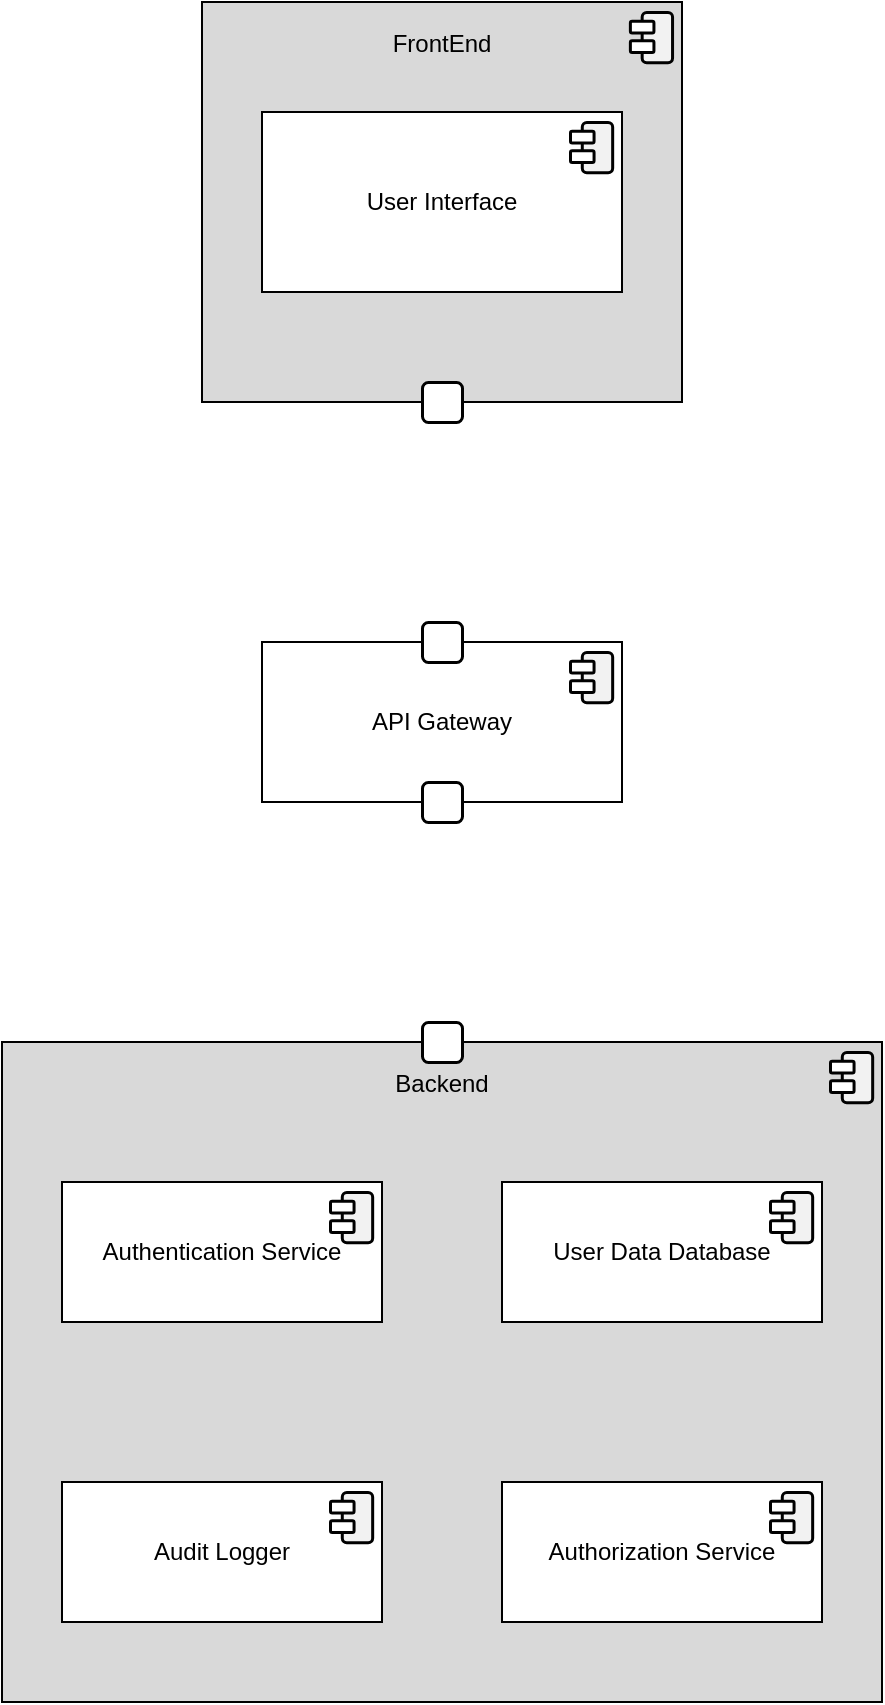
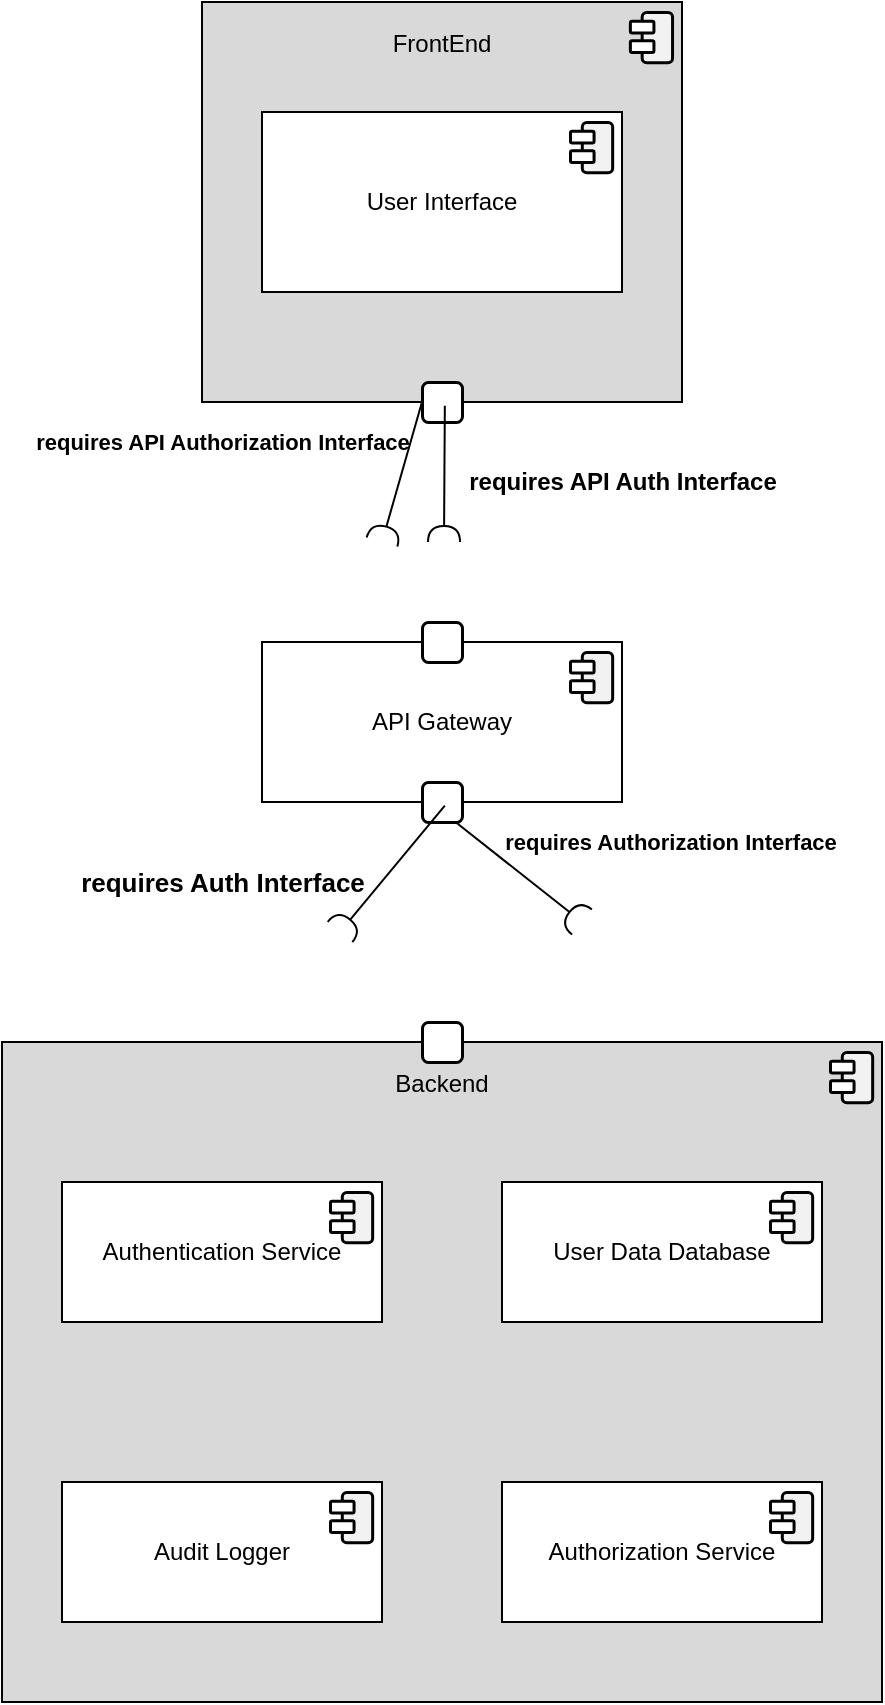
<mxfile host="app.diagrams.net">
  <diagram name="Page-1" id="phbDzcPIRWFyEIRLfKNQ">
-     <mxGraphModel dx="849" dy="913" grid="1" gridSize="10" guides="1" tooltips="1" connect="1" arrows="1" fold="1" page="1" pageScale="1" pageWidth="850" pageHeight="1100" math="0" shadow="0">
+     <mxGraphModel dx="2020" dy="1061" grid="1" gridSize="10" guides="1" tooltips="1" connect="1" arrows="1" fold="1" page="0" pageScale="1" pageWidth="850" pageHeight="1100" math="0" shadow="0">
      <root>
        <mxCell id="0" />
        <mxCell id="1" parent="0" />
        <mxCell id="n--Y3mDC4JvWWFTNY3TY-1" parent="1" style="html=1;dropTarget=0;whiteSpace=wrap;align=center;fillColor=#D9D9D9;" value="FrontEnd&lt;div&gt;&lt;br&gt;&lt;/div&gt;&lt;div&gt;&lt;br&gt;&lt;/div&gt;&lt;div&gt;&lt;br&gt;&lt;/div&gt;&lt;div&gt;&lt;br&gt;&lt;/div&gt;&lt;div&gt;&lt;br&gt;&lt;/div&gt;&lt;div&gt;&lt;br&gt;&lt;/div&gt;&lt;div&gt;&lt;br&gt;&lt;/div&gt;&lt;div&gt;&lt;br&gt;&lt;/div&gt;&lt;div&gt;&lt;br&gt;&lt;/div&gt;&lt;div&gt;&lt;br&gt;&lt;/div&gt;&lt;div&gt;&lt;br&gt;&lt;/div&gt;" vertex="1">
          <mxGeometry height="200" width="240" x="300" y="40" as="geometry" />
        </mxCell>
        <mxCell id="n--Y3mDC4JvWWFTNY3TY-3" parent="1" style="html=1;dropTarget=0;whiteSpace=wrap;" value="User Interface" vertex="1">
          <mxGeometry height="90" width="180" x="330" y="95" as="geometry" />
        </mxCell>
        <mxCell id="n--Y3mDC4JvWWFTNY3TY-5" parent="1" style="html=1;dropTarget=0;whiteSpace=wrap;" value="API Gateway" vertex="1">
          <mxGeometry height="80" width="180" x="330" y="360" as="geometry" />
        </mxCell>
        <mxCell id="n--Y3mDC4JvWWFTNY3TY-8" parent="1" style="html=1;dropTarget=0;whiteSpace=wrap;fillColor=#D9D9D9;" value="Backend&lt;div&gt;&lt;br&gt;&lt;/div&gt;&lt;div&gt;&lt;br&gt;&lt;/div&gt;&lt;div&gt;&lt;br&gt;&lt;/div&gt;&lt;div&gt;&lt;br&gt;&lt;/div&gt;&lt;div&gt;&lt;br&gt;&lt;/div&gt;&lt;div&gt;&lt;br&gt;&lt;/div&gt;&lt;div&gt;&lt;br&gt;&lt;/div&gt;&lt;div&gt;&lt;br&gt;&lt;/div&gt;&lt;div&gt;&lt;br&gt;&lt;/div&gt;&lt;div&gt;&lt;br&gt;&lt;/div&gt;&lt;div&gt;&lt;br&gt;&lt;/div&gt;&lt;div&gt;&lt;br&gt;&lt;/div&gt;&lt;div&gt;&lt;br&gt;&lt;/div&gt;&lt;div&gt;&lt;br&gt;&lt;/div&gt;&lt;div&gt;&lt;br&gt;&lt;/div&gt;&lt;div&gt;&lt;br&gt;&lt;/div&gt;&lt;div&gt;&lt;br&gt;&lt;/div&gt;&lt;div&gt;&lt;br&gt;&lt;/div&gt;&lt;div&gt;&lt;br&gt;&lt;/div&gt;&lt;div&gt;&lt;br&gt;&lt;/div&gt;" vertex="1">
          <mxGeometry height="330" width="440" x="200" y="560" as="geometry" />
        </mxCell>
        <mxCell id="n--Y3mDC4JvWWFTNY3TY-10" parent="1" style="html=1;dropTarget=0;whiteSpace=wrap;" value="User Data Database" vertex="1">
          <mxGeometry height="70" width="160" x="450" y="630" as="geometry" />
        </mxCell>
        <mxCell id="n--Y3mDC4JvWWFTNY3TY-14" parent="1" style="html=1;dropTarget=0;whiteSpace=wrap;" value="Authentication Service" vertex="1">
          <mxGeometry height="70" width="160" x="230" y="630" as="geometry" />
        </mxCell>
        <mxCell id="n--Y3mDC4JvWWFTNY3TY-16" parent="1" style="html=1;dropTarget=0;whiteSpace=wrap;" value="Authorization Service" vertex="1">
          <mxGeometry height="70" width="160" x="450" y="780" as="geometry" />
        </mxCell>
        <mxCell id="n--Y3mDC4JvWWFTNY3TY-22" parent="1" style="html=1;dropTarget=0;whiteSpace=wrap;" value="Audit Logger" vertex="1">
          <mxGeometry height="70" width="160" x="230" y="780" as="geometry" />
        </mxCell>
        <mxCell id="1ARV2l2Duy1HlI0RssmZ-2" parent="1" style="whiteSpace=wrap;html=1;aspect=fixed;strokeWidth=1.5;fillColor=light-dark(#FFFFFF, #ffffff);rounded=1;fillStyle=solid;" value="" vertex="1">
          <mxGeometry height="20" width="20" x="410" y="230" as="geometry" />
        </mxCell>
        <mxCell id="1ARV2l2Duy1HlI0RssmZ-4" parent="1" style="whiteSpace=wrap;html=1;aspect=fixed;strokeWidth=1.5;fillColor=light-dark(#FFFFFF, #ffffff);rounded=1;fillStyle=solid;" value="" vertex="1">
          <mxGeometry height="20" width="20" x="410" y="550" as="geometry" />
        </mxCell>
        <mxCell id="1ARV2l2Duy1HlI0RssmZ-5" parent="1" style="whiteSpace=wrap;html=1;aspect=fixed;strokeWidth=1.5;fillColor=light-dark(#FFFFFF, #ffffff);rounded=1;fillStyle=solid;" value="" vertex="1">
          <mxGeometry height="20" width="20" x="410" y="430" as="geometry" />
        </mxCell>
        <mxCell id="1ARV2l2Duy1HlI0RssmZ-6" parent="1" style="whiteSpace=wrap;html=1;aspect=fixed;strokeWidth=1.5;fillColor=light-dark(#FFFFFF, #ffffff);rounded=1;fillStyle=solid;" value="" vertex="1">
          <mxGeometry height="20" width="20" x="410" y="350" as="geometry" />
        </mxCell>
        <mxCell id="1ARV2l2Duy1HlI0RssmZ-9" connectable="0" parent="1" style="group;rounded=1;" value="" vertex="1">
          <mxGeometry height="24" width="26.06" x="484" y="100" as="geometry" />
        </mxCell>
        <mxCell id="1ARV2l2Duy1HlI0RssmZ-10" parent="1ARV2l2Duy1HlI0RssmZ-9" style="rounded=1;whiteSpace=wrap;html=1;rotation=-90;strokeWidth=1.5;fillStyle=solid;fillColor=light-dark(#F2F2F2,#FFFFFF);" value="" vertex="1">
          <mxGeometry height="15.18920245398773" width="25.141274576271183" x="0.9187254237288134" y="4.976687116564417" as="geometry" />
        </mxCell>
        <mxCell id="1ARV2l2Duy1HlI0RssmZ-11" parent="1ARV2l2Duy1HlI0RssmZ-9" style="rounded=1;whiteSpace=wrap;html=1;strokeWidth=1.5;fillStyle=solid;fillColor=#FFFFFF;" value="" vertex="1">
          <mxGeometry height="5.88957055214724" width="11.778531073446326" y="4.414233128834359" as="geometry" />
        </mxCell>
        <mxCell id="1ARV2l2Duy1HlI0RssmZ-12" parent="1ARV2l2Duy1HlI0RssmZ-9" style="rounded=1;whiteSpace=wrap;html=1;strokeWidth=1.5;fillStyle=solid;fillColor=#FFFFFF;" value="" vertex="1">
          <mxGeometry height="5.88957055214724" width="11.778531073446326" y="14.132024539877305" as="geometry" />
        </mxCell>
        <mxCell id="1ARV2l2Duy1HlI0RssmZ-14" connectable="0" parent="1" style="group;rounded=1;" value="" vertex="1">
          <mxGeometry height="24" width="26.06" x="513.94" y="45" as="geometry" />
        </mxCell>
        <mxCell id="1ARV2l2Duy1HlI0RssmZ-15" parent="1ARV2l2Duy1HlI0RssmZ-14" style="rounded=1;whiteSpace=wrap;html=1;rotation=-90;strokeWidth=1.5;fillStyle=solid;fillColor=light-dark(#F2F2F2,#FFFFFF);" value="" vertex="1">
          <mxGeometry height="15.18920245398773" width="25.141274576271183" x="0.9187254237288134" y="4.976687116564417" as="geometry" />
        </mxCell>
        <mxCell id="1ARV2l2Duy1HlI0RssmZ-16" parent="1ARV2l2Duy1HlI0RssmZ-14" style="rounded=1;whiteSpace=wrap;html=1;strokeWidth=1.5;fillStyle=solid;fillColor=#FFFFFF;" value="" vertex="1">
          <mxGeometry height="5.88957055214724" width="11.778531073446326" y="4.414233128834359" as="geometry" />
        </mxCell>
        <mxCell id="1ARV2l2Duy1HlI0RssmZ-17" parent="1ARV2l2Duy1HlI0RssmZ-14" style="rounded=1;whiteSpace=wrap;html=1;strokeWidth=1.5;fillStyle=solid;fillColor=#FFFFFF;" value="" vertex="1">
          <mxGeometry height="5.88957055214724" width="11.778531073446326" y="14.132024539877305" as="geometry" />
        </mxCell>
        <mxCell id="1ARV2l2Duy1HlI0RssmZ-22" connectable="0" parent="1" style="group;rounded=1;" value="" vertex="1">
          <mxGeometry height="24" width="26.06" x="484" y="365" as="geometry" />
        </mxCell>
        <mxCell id="1ARV2l2Duy1HlI0RssmZ-23" parent="1ARV2l2Duy1HlI0RssmZ-22" style="rounded=1;whiteSpace=wrap;html=1;rotation=-90;strokeWidth=1.5;fillStyle=solid;fillColor=light-dark(#F2F2F2,#FFFFFF);" value="" vertex="1">
          <mxGeometry height="15.18920245398773" width="25.141274576271183" x="0.9187254237288134" y="4.976687116564417" as="geometry" />
        </mxCell>
        <mxCell id="1ARV2l2Duy1HlI0RssmZ-24" parent="1ARV2l2Duy1HlI0RssmZ-22" style="rounded=1;whiteSpace=wrap;html=1;strokeWidth=1.5;fillStyle=solid;fillColor=#FFFFFF;" value="" vertex="1">
          <mxGeometry height="5.88957055214724" width="11.778531073446326" y="4.414233128834359" as="geometry" />
        </mxCell>
        <mxCell id="1ARV2l2Duy1HlI0RssmZ-25" parent="1ARV2l2Duy1HlI0RssmZ-22" style="rounded=1;whiteSpace=wrap;html=1;strokeWidth=1.5;fillStyle=solid;fillColor=#FFFFFF;" value="" vertex="1">
          <mxGeometry height="5.88957055214724" width="11.778531073446326" y="14.132024539877305" as="geometry" />
        </mxCell>
        <mxCell id="1ARV2l2Duy1HlI0RssmZ-26" connectable="0" parent="1" style="group;rounded=1;" value="" vertex="1">
          <mxGeometry height="24" width="26.06" x="614" y="565" as="geometry" />
        </mxCell>
        <mxCell id="1ARV2l2Duy1HlI0RssmZ-27" parent="1ARV2l2Duy1HlI0RssmZ-26" style="rounded=1;whiteSpace=wrap;html=1;rotation=-90;strokeWidth=1.5;fillStyle=solid;fillColor=light-dark(#F2F2F2,#FFFFFF);" value="" vertex="1">
          <mxGeometry height="15.18920245398773" width="25.141274576271183" x="0.9187254237288134" y="4.976687116564417" as="geometry" />
        </mxCell>
        <mxCell id="1ARV2l2Duy1HlI0RssmZ-28" parent="1ARV2l2Duy1HlI0RssmZ-26" style="rounded=1;whiteSpace=wrap;html=1;strokeWidth=1.5;fillStyle=solid;fillColor=#FFFFFF;" value="" vertex="1">
          <mxGeometry height="5.88957055214724" width="11.778531073446326" y="4.414233128834359" as="geometry" />
        </mxCell>
        <mxCell id="1ARV2l2Duy1HlI0RssmZ-29" parent="1ARV2l2Duy1HlI0RssmZ-26" style="rounded=1;whiteSpace=wrap;html=1;strokeWidth=1.5;fillStyle=solid;fillColor=#FFFFFF;" value="" vertex="1">
          <mxGeometry height="5.88957055214724" width="11.778531073446326" y="14.132024539877305" as="geometry" />
        </mxCell>
        <mxCell id="1ARV2l2Duy1HlI0RssmZ-30" connectable="0" parent="1" style="group;rounded=1;" value="" vertex="1">
          <mxGeometry height="24" width="26.06" x="364" y="635" as="geometry" />
        </mxCell>
        <mxCell id="1ARV2l2Duy1HlI0RssmZ-31" parent="1ARV2l2Duy1HlI0RssmZ-30" style="rounded=1;whiteSpace=wrap;html=1;rotation=-90;strokeWidth=1.5;fillStyle=solid;fillColor=light-dark(#F2F2F2,#FFFFFF);" value="" vertex="1">
          <mxGeometry height="15.18920245398773" width="25.141274576271183" x="0.9187254237288134" y="4.976687116564417" as="geometry" />
        </mxCell>
        <mxCell id="1ARV2l2Duy1HlI0RssmZ-32" parent="1ARV2l2Duy1HlI0RssmZ-30" style="rounded=1;whiteSpace=wrap;html=1;strokeWidth=1.5;fillStyle=solid;fillColor=#FFFFFF;" value="" vertex="1">
          <mxGeometry height="5.88957055214724" width="11.778531073446326" y="4.414233128834359" as="geometry" />
        </mxCell>
        <mxCell id="1ARV2l2Duy1HlI0RssmZ-33" parent="1ARV2l2Duy1HlI0RssmZ-30" style="rounded=1;whiteSpace=wrap;html=1;strokeWidth=1.5;fillStyle=solid;fillColor=#FFFFFF;" value="" vertex="1">
          <mxGeometry height="5.88957055214724" width="11.778531073446326" y="14.132024539877305" as="geometry" />
        </mxCell>
        <mxCell id="1ARV2l2Duy1HlI0RssmZ-34" connectable="0" parent="1" style="group;rounded=1;" value="" vertex="1">
          <mxGeometry height="24" width="26.06" x="364" y="785" as="geometry" />
        </mxCell>
        <mxCell id="1ARV2l2Duy1HlI0RssmZ-35" parent="1ARV2l2Duy1HlI0RssmZ-34" style="rounded=1;whiteSpace=wrap;html=1;rotation=-90;strokeWidth=1.5;fillStyle=solid;fillColor=light-dark(#F2F2F2,#FFFFFF);" value="" vertex="1">
          <mxGeometry height="15.18920245398773" width="25.141274576271183" x="0.9187254237288134" y="4.976687116564417" as="geometry" />
        </mxCell>
        <mxCell id="1ARV2l2Duy1HlI0RssmZ-36" parent="1ARV2l2Duy1HlI0RssmZ-34" style="rounded=1;whiteSpace=wrap;html=1;strokeWidth=1.5;fillStyle=solid;fillColor=#FFFFFF;" value="" vertex="1">
          <mxGeometry height="5.88957055214724" width="11.778531073446326" y="4.414233128834359" as="geometry" />
        </mxCell>
        <mxCell id="1ARV2l2Duy1HlI0RssmZ-37" parent="1ARV2l2Duy1HlI0RssmZ-34" style="rounded=1;whiteSpace=wrap;html=1;strokeWidth=1.5;fillStyle=solid;fillColor=#FFFFFF;" value="" vertex="1">
          <mxGeometry height="5.88957055214724" width="11.778531073446326" y="14.132024539877305" as="geometry" />
        </mxCell>
        <mxCell id="1ARV2l2Duy1HlI0RssmZ-38" connectable="0" parent="1" style="group;rounded=1;" value="" vertex="1">
          <mxGeometry height="24" width="26.06" x="584" y="635" as="geometry" />
        </mxCell>
        <mxCell id="1ARV2l2Duy1HlI0RssmZ-39" parent="1ARV2l2Duy1HlI0RssmZ-38" style="rounded=1;whiteSpace=wrap;html=1;rotation=-90;strokeWidth=1.5;fillStyle=solid;fillColor=light-dark(#F2F2F2,#FFFFFF);" value="" vertex="1">
          <mxGeometry height="15.18920245398773" width="25.141274576271183" x="0.9187254237288134" y="4.976687116564417" as="geometry" />
        </mxCell>
        <mxCell id="1ARV2l2Duy1HlI0RssmZ-40" parent="1ARV2l2Duy1HlI0RssmZ-38" style="rounded=1;whiteSpace=wrap;html=1;strokeWidth=1.5;fillStyle=solid;fillColor=#FFFFFF;" value="" vertex="1">
          <mxGeometry height="5.88957055214724" width="11.778531073446326" y="4.414233128834359" as="geometry" />
        </mxCell>
        <mxCell id="1ARV2l2Duy1HlI0RssmZ-41" parent="1ARV2l2Duy1HlI0RssmZ-38" style="rounded=1;whiteSpace=wrap;html=1;strokeWidth=1.5;fillStyle=solid;fillColor=#FFFFFF;" value="" vertex="1">
          <mxGeometry height="5.88957055214724" width="11.778531073446326" y="14.132024539877305" as="geometry" />
        </mxCell>
        <mxCell id="1ARV2l2Duy1HlI0RssmZ-42" connectable="0" parent="1" style="group;rounded=1;" value="" vertex="1">
          <mxGeometry height="24" width="26.06" x="584" y="785" as="geometry" />
        </mxCell>
        <mxCell id="1ARV2l2Duy1HlI0RssmZ-43" parent="1ARV2l2Duy1HlI0RssmZ-42" style="rounded=1;whiteSpace=wrap;html=1;rotation=-90;strokeWidth=1.5;fillStyle=solid;fillColor=light-dark(#F2F2F2,#FFFFFF);" value="" vertex="1">
          <mxGeometry height="15.18920245398773" width="25.141274576271183" x="0.9187254237288134" y="4.976687116564417" as="geometry" />
        </mxCell>
        <mxCell id="1ARV2l2Duy1HlI0RssmZ-44" parent="1ARV2l2Duy1HlI0RssmZ-42" style="rounded=1;whiteSpace=wrap;html=1;strokeWidth=1.5;fillStyle=solid;fillColor=#FFFFFF;" value="" vertex="1">
          <mxGeometry height="5.88957055214724" width="11.778531073446326" y="4.414233128834359" as="geometry" />
        </mxCell>
        <mxCell id="1ARV2l2Duy1HlI0RssmZ-45" parent="1ARV2l2Duy1HlI0RssmZ-42" style="rounded=1;whiteSpace=wrap;html=1;strokeWidth=1.5;fillStyle=solid;fillColor=#FFFFFF;" value="" vertex="1">
          <mxGeometry height="5.88957055214724" width="11.778531073446326" y="14.132024539877305" as="geometry" />
        </mxCell>
+         <mxCell id="5mWkwckOPSo0CmEAIWWT-33" edge="1" parent="1" source="1ARV2l2Duy1HlI0RssmZ-2" style="rounded=0;orthogonalLoop=1;jettySize=auto;html=1;endArrow=halfCircle;endFill=0;endSize=6;strokeWidth=1;sketch=0;fontSize=12;curved=1;exitX=0.571;exitY=0.593;exitDx=0;exitDy=0;exitPerimeter=0;" value="">
+           <mxGeometry relative="1" as="geometry">
+             <mxPoint x="270" y="480" as="sourcePoint" />
+             <mxPoint x="421" y="310" as="targetPoint" />
+           </mxGeometry>
+         </mxCell>
+         <mxCell id="5mWkwckOPSo0CmEAIWWT-34" parent="1" style="ellipse;whiteSpace=wrap;html=1;align=center;aspect=fixed;fillColor=none;strokeColor=none;resizable=0;perimeter=centerPerimeter;rotatable=0;allowArrows=0;points=[];outlineConnect=1;" value="" vertex="1">
+           <mxGeometry height="10" width="10" x="260" y="530" as="geometry" />
+         </mxCell>
+         <mxCell id="5mWkwckOPSo0CmEAIWWT-35" parent="1" style="text;strokeColor=none;fillColor=none;html=1;fontSize=12;fontStyle=1;verticalAlign=middle;align=center;autosizeText=1;rotation=0;" value="requires API Auth Interface" vertex="1">
+           <mxGeometry height="40" width="160" x="430" y="260" as="geometry" />
+         </mxCell>
+         <mxCell id="5mWkwckOPSo0CmEAIWWT-38" edge="1" parent="1" source="1ARV2l2Duy1HlI0RssmZ-2" style="rounded=0;orthogonalLoop=1;jettySize=auto;html=1;endArrow=halfCircle;endFill=0;endSize=6;strokeWidth=1;sketch=0;fontSize=12;curved=1;exitX=0;exitY=0.5;exitDx=0;exitDy=0;" value="">
+           <mxGeometry relative="1" as="geometry">
+             <mxPoint x="390" y="240" as="sourcePoint" />
+             <mxPoint x="390" y="310" as="targetPoint" />
+           </mxGeometry>
+         </mxCell>
+         <mxCell id="5mWkwckOPSo0CmEAIWWT-39" parent="1" style="ellipse;whiteSpace=wrap;html=1;align=center;aspect=fixed;fillColor=none;strokeColor=none;resizable=0;perimeter=centerPerimeter;rotatable=0;allowArrows=0;points=[];outlineConnect=1;" value="" vertex="1">
+           <mxGeometry height="10" width="10" x="260" y="530" as="geometry" />
+         </mxCell>
+         <mxCell id="5mWkwckOPSo0CmEAIWWT-40" parent="1" style="text;strokeColor=none;fillColor=none;html=1;fontSize=11;fontStyle=1;verticalAlign=middle;align=center;autosizeText=1;" value="requires API Authorization Interface" vertex="1">
+           <mxGeometry height="40" width="180" x="220" y="240" as="geometry" />
+         </mxCell>
+         <mxCell id="5mWkwckOPSo0CmEAIWWT-44" edge="1" parent="1" source="1ARV2l2Duy1HlI0RssmZ-5" style="rounded=0;orthogonalLoop=1;jettySize=auto;html=1;endArrow=halfCircle;endFill=0;endSize=6;strokeWidth=1;sketch=0;fontSize=12;curved=1;exitX=0.571;exitY=0.593;exitDx=0;exitDy=0;exitPerimeter=0;" target="5mWkwckOPSo0CmEAIWWT-45" value="">
+           <mxGeometry relative="1" as="geometry">
+             <mxPoint x="285" y="535" as="sourcePoint" />
+           </mxGeometry>
+         </mxCell>
+         <mxCell id="5mWkwckOPSo0CmEAIWWT-45" parent="1" style="ellipse;whiteSpace=wrap;html=1;align=center;aspect=fixed;fillColor=none;strokeColor=none;resizable=0;perimeter=centerPerimeter;rotatable=0;allowArrows=0;points=[];outlineConnect=1;" value="" vertex="1">
+           <mxGeometry height="10" width="10" x="364" y="500" as="geometry" />
+         </mxCell>
+         <mxCell id="5mWkwckOPSo0CmEAIWWT-49" parent="1" style="text;strokeColor=none;fillColor=none;html=1;fontSize=11;fontStyle=1;verticalAlign=middle;align=center;autosizeText=1;" value="requires Authorization Interface" vertex="1">
+           <mxGeometry height="40" width="160" x="454" y="440" as="geometry" />
+         </mxCell>
+         <mxCell id="5mWkwckOPSo0CmEAIWWT-50" edge="1" parent="1" source="n--Y3mDC4JvWWFTNY3TY-5" style="rounded=0;orthogonalLoop=1;jettySize=auto;html=1;endArrow=halfCircle;endFill=0;endSize=6;strokeWidth=1;sketch=0;fontSize=12;curved=1;exitX=0.54;exitY=1.13;exitDx=0;exitDy=0;exitPerimeter=0;" value="">
+           <mxGeometry relative="1" as="geometry">
+             <mxPoint x="285" y="685" as="sourcePoint" />
+             <mxPoint x="490" y="500" as="targetPoint" />
+           </mxGeometry>
+         </mxCell>
+         <mxCell id="5mWkwckOPSo0CmEAIWWT-51" parent="1" style="ellipse;whiteSpace=wrap;html=1;align=center;aspect=fixed;fillColor=none;strokeColor=none;resizable=0;perimeter=centerPerimeter;rotatable=0;allowArrows=0;points=[];outlineConnect=1;" value="" vertex="1">
+           <mxGeometry height="10" width="10" x="260" y="680" as="geometry" />
+         </mxCell>
+         <mxCell id="5mWkwckOPSo0CmEAIWWT-52" parent="1" style="text;strokeColor=none;fillColor=none;html=1;fontSize=13;fontStyle=1;verticalAlign=middle;align=center;autosizeText=1;" value="requires Auth Interface" vertex="1">
+           <mxGeometry height="40" width="140" x="240" y="460" as="geometry" />
+         </mxCell>
      </root>
    </mxGraphModel>
  </diagram>
</mxfile>
